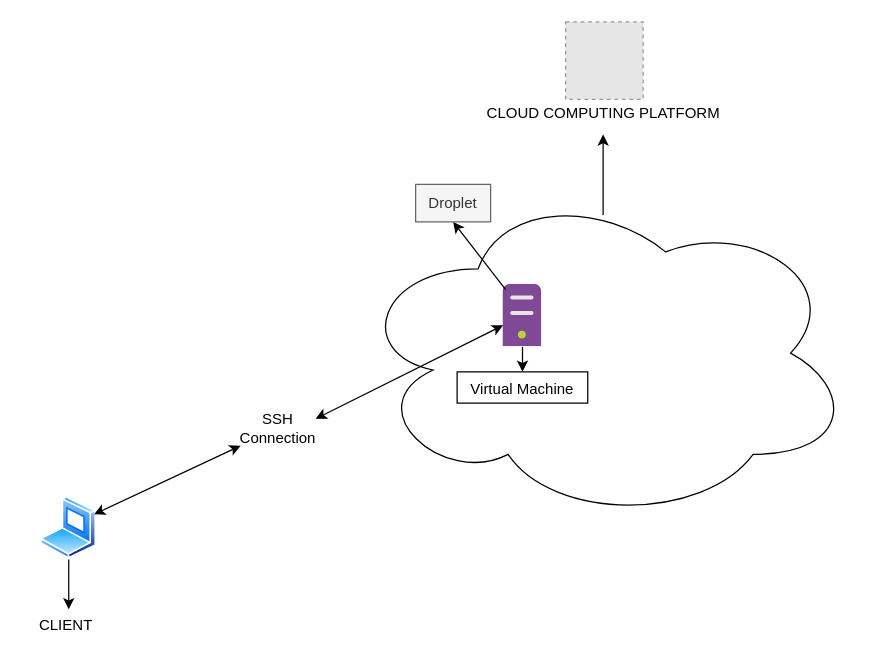
Above: page "client + cloud" (2 of 2) of devops/DevOps.drawio in kingsley-ijomah/draw.io (draw.io), before the change. Source tidied: cells renumbered, new cells numbered last; positions are measured from the earlier drawing's top-left corner, leaving out a move shared by most shapes. Both pictures are drawn from the tidied source at 125%, with x=0, y=0 at pixel (21, 21). Pictures stored in the file or linked from it are replaced by grey dashed boxes.
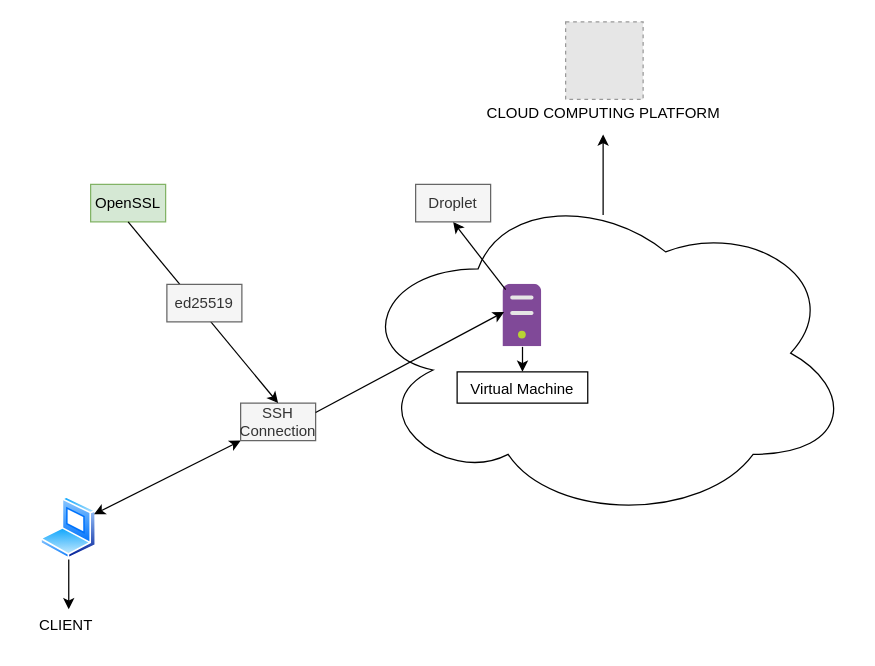
After the change.

Unchanged cells that the change refers to:
```xml
<mxCell id="10" style="image;sketch=0;html=1;points=[];align=center;fontSize=12;image=img/lib/mscae/Non_Azure_Machine.svg;" parent="1" vertex="1">
  <mxGeometry x="385" y="210" width="31" height="50" as="geometry" />
</mxCell>
```

The edit, as a diff of the source:
```diff
@@
-    <mxCell id="14" style="endArrow=classic;startArrow=classic;html=1;rounded=0;exitX=1;exitY=0.25;exitDx=0;exitDy=0;" parent="1" edge="1" source="16" target="10">
-      <mxGeometry relative="1" as="geometry" />
-    </mxCell>
@@
-    <mxCell id="16" value="SSH&lt;br&gt;Connection" style="text;html=1;strokeColor=none;fillColor=none;align=center;verticalAlign=middle;whiteSpace=wrap;rounded=0;" parent="1" vertex="1">
-      <mxGeometry x="175" y="310" width="60" height="30" as="geometry" />
+    <mxCell id="16" value="SSH&lt;br&gt;Connection" style="text;html=1;strokeColor=#666666;fillColor=#f5f5f5;align=center;verticalAlign=middle;whiteSpace=wrap;rounded=0;fontColor=#333333;" parent="1" vertex="1">
+      <mxGeometry x="175" y="305" width="60" height="30" as="geometry" />
     </mxCell>
+    <mxCell id="17" value="OpenSSL" style="text;html=1;strokeColor=#82b366;fillColor=#d5e8d4;align=center;verticalAlign=middle;whiteSpace=wrap;rounded=0;" parent="1" vertex="1">
+      <mxGeometry x="55" y="130" width="60" height="30" as="geometry" />
+    </mxCell>
+    <mxCell id="18" style="endArrow=classic;html=1;rounded=0;exitX=0.5;exitY=1;exitDx=0;exitDy=0;entryX=0.5;entryY=0;entryDx=0;entryDy=0;" parent="1" edge="1" source="17" target="16">
+      <mxGeometry relative="1" as="geometry" />
+    </mxCell>
+    <mxCell id="14" style="endArrow=classic;html=1;rounded=0;exitX=1;exitY=0.25;exitDx=0;exitDy=0;entryX=0.026;entryY=0.44;entryDx=0;entryDy=0;entryPerimeter=0;" parent="1" edge="1" source="16" target="10">
+      <mxGeometry relative="1" as="geometry" />
+    </mxCell>
+    <mxCell id="19" value="ed25519" style="text;html=1;strokeColor=#666666;fillColor=#f5f5f5;align=center;verticalAlign=middle;whiteSpace=wrap;rounded=0;fontColor=#333333;" parent="1" vertex="1">
+      <mxGeometry x="116" y="210" width="60" height="30" as="geometry" />
+    </mxCell>
```
